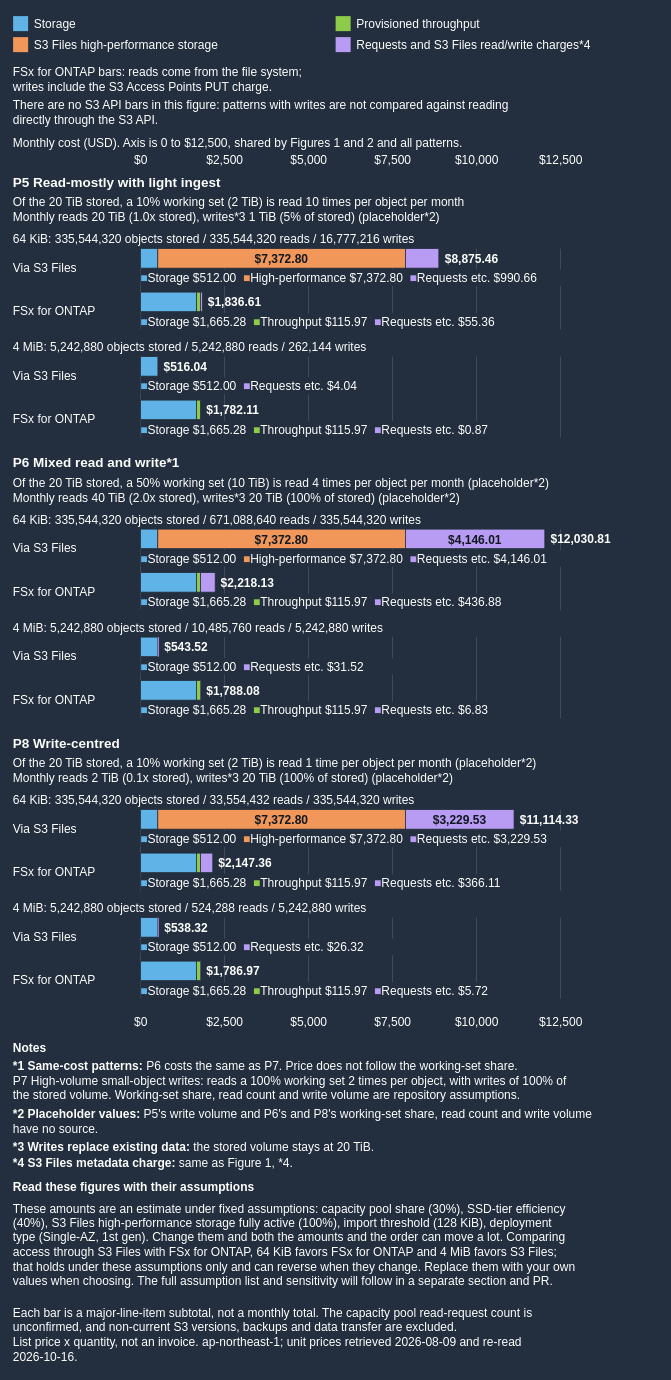
Above: docs/_assets/diagrams/s3burst-s3files-cost-structure-writes-en-dark.drawio in Yoshiki0705/S3-Burst-on-ONTAP-Files (draw.io), before the change. Source tidied: cells renumbered, new cells numbered last; positions are measured from the earlier drawing's top-left corner, leaving out a move shared by most shapes. Both pictures are drawn from the tidied source at 75%, with x=0, y=0 at pixel (13, 13).
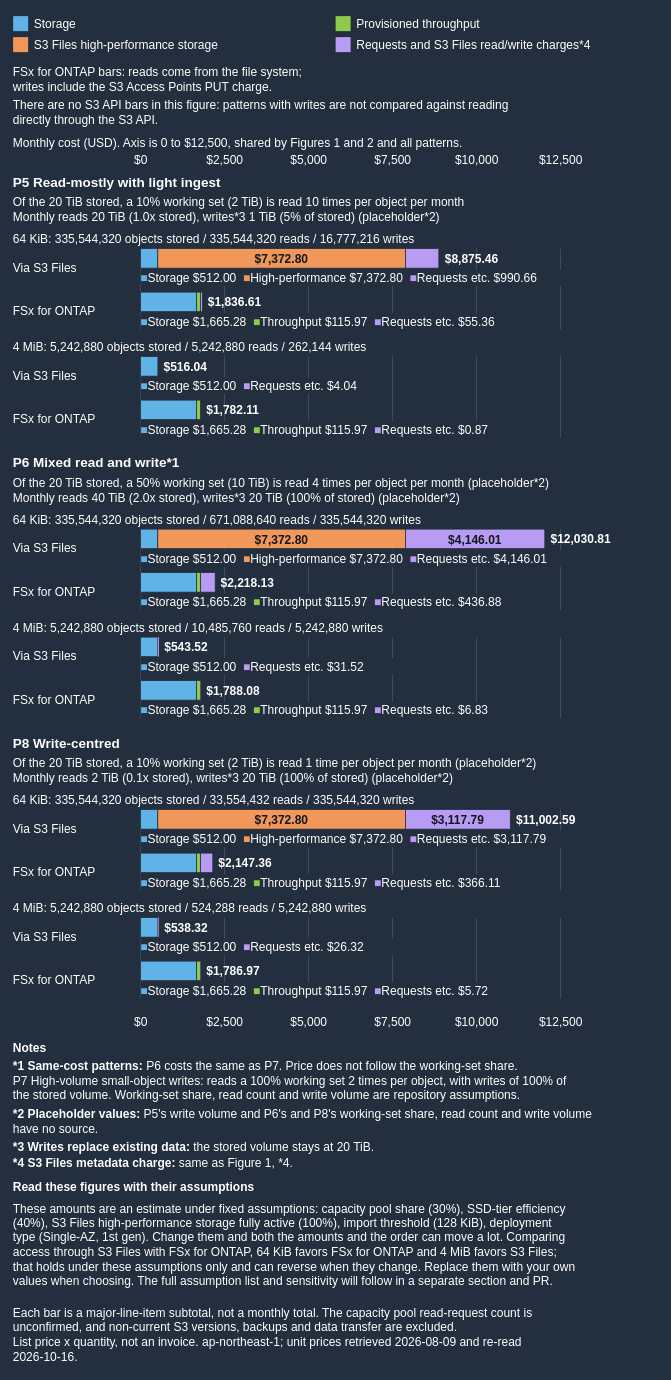
The same diagram, later.

Diff of the diagram source:
```diff
@@
-    <mxCell id="115" value="$3,229.53" style="rounded=0;whiteSpace=nowrap;html=0;fillColor=#B89BF2;strokeColor=#232F3E;strokeWidth=1;fontSize=16;fontColor=#101820;fontStyle=1;align=center;verticalAlign=middle;" parent="1" vertex="1">
-      <mxGeometry x="523.2" y="1062" width="144.7" height="26" as="geometry" />
+    <mxCell id="115" value="$3,117.79" style="rounded=0;whiteSpace=nowrap;html=0;fillColor=#B89BF2;strokeColor=#232F3E;strokeWidth=1;fontSize=16;fontColor=#101820;fontStyle=1;align=center;verticalAlign=middle;" parent="1" vertex="1">
+      <mxGeometry x="523.2" y="1062" width="139.7" height="26" as="geometry" />
     </mxCell>
-    <mxCell id="116" value="&lt;b&gt;$11,114.33&lt;/b&gt;" style="text;html=1;whiteSpace=nowrap;overflow=visible;align=left;verticalAlign=middle;spacing=0;spacingLeft=0;spacingRight=0;spacingTop=0;spacingBottom=0;fontSize=16;fontColor=#FFFFFF;fontStyle=1;" parent="1" vertex="1">
-      <mxGeometry x="675.9" y="1062" width="112" height="26" as="geometry" />
+    <mxCell id="116" value="&lt;b&gt;$11,002.59&lt;/b&gt;" style="text;html=1;whiteSpace=nowrap;overflow=visible;align=left;verticalAlign=middle;spacing=0;spacingLeft=0;spacingRight=0;spacingTop=0;spacingBottom=0;fontSize=16;fontColor=#FFFFFF;fontStyle=1;" parent="1" vertex="1">
+      <mxGeometry x="670.9" y="1062" width="112" height="26" as="geometry" />
     </mxCell>
-    <mxCell id="117" value="&lt;font color='#5FB3E6'&gt;■&lt;/font&gt;Storage $512.00&amp;nbsp;&amp;nbsp;&lt;font color='#F2975A'&gt;■&lt;/font&gt;High-performance $7,372.80&amp;nbsp;&amp;nbsp;&lt;font color='#B89BF2'&gt;■&lt;/font&gt;Requests etc. $3,229.53" style="text;html=1;whiteSpace=nowrap;overflow=visible;align=left;verticalAlign=middle;spacing=0;spacingLeft=0;spacingRight=0;spacingTop=0;spacingBottom=0;fontSize=16;fontColor=#FFFFFF;fontStyle=0;fillColor=#232F3E;strokeColor=none;" parent="1" vertex="1">
+    <mxCell id="117" value="&lt;font color='#5FB3E6'&gt;■&lt;/font&gt;Storage $512.00&amp;nbsp;&amp;nbsp;&lt;font color='#F2975A'&gt;■&lt;/font&gt;High-performance $7,372.80&amp;nbsp;&amp;nbsp;&lt;font color='#B89BF2'&gt;■&lt;/font&gt;Requests etc. $3,117.79" style="text;html=1;whiteSpace=nowrap;overflow=visible;align=left;verticalAlign=middle;spacing=0;spacingLeft=0;spacingRight=0;spacingTop=0;spacingBottom=0;fontSize=16;fontColor=#FFFFFF;fontStyle=0;fillColor=#232F3E;strokeColor=none;" parent="1" vertex="1">
       <mxGeometry x="170" y="1090" width="613.4" height="22" as="geometry" />
     </mxCell>
```
